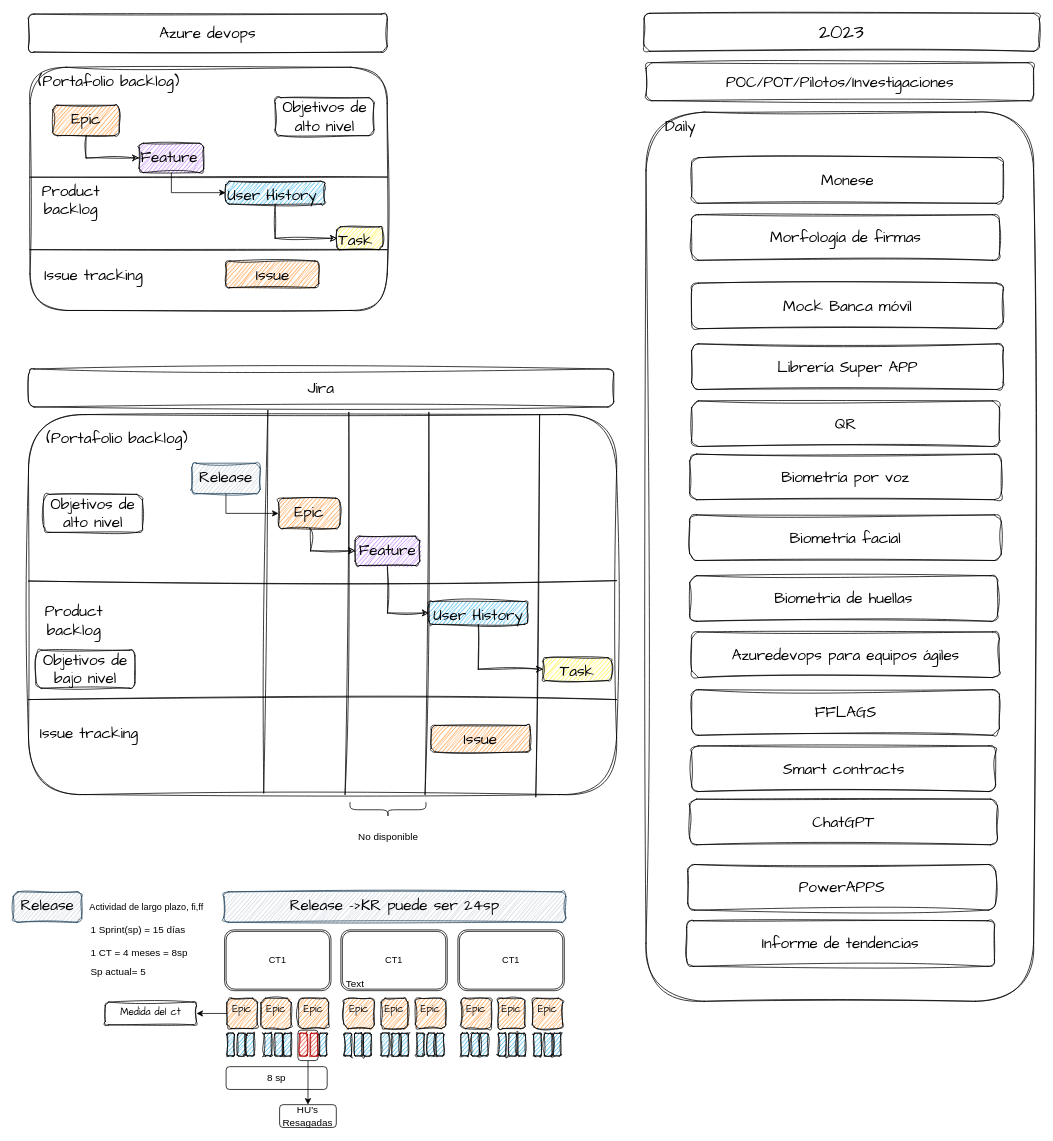
Above: page "POC" (2 of 3) of Custodia iniciativas.drawio in santiagovb/Diagramas (draw.io), before the change. Source tidied: cells renumbered, new cells numbered last; positions are measured from the earlier drawing's top-left corner, leaving out a move shared by most shapes. Both pictures are drawn from the tidied source at 76%, with x=0, y=0 at pixel (13, 13).
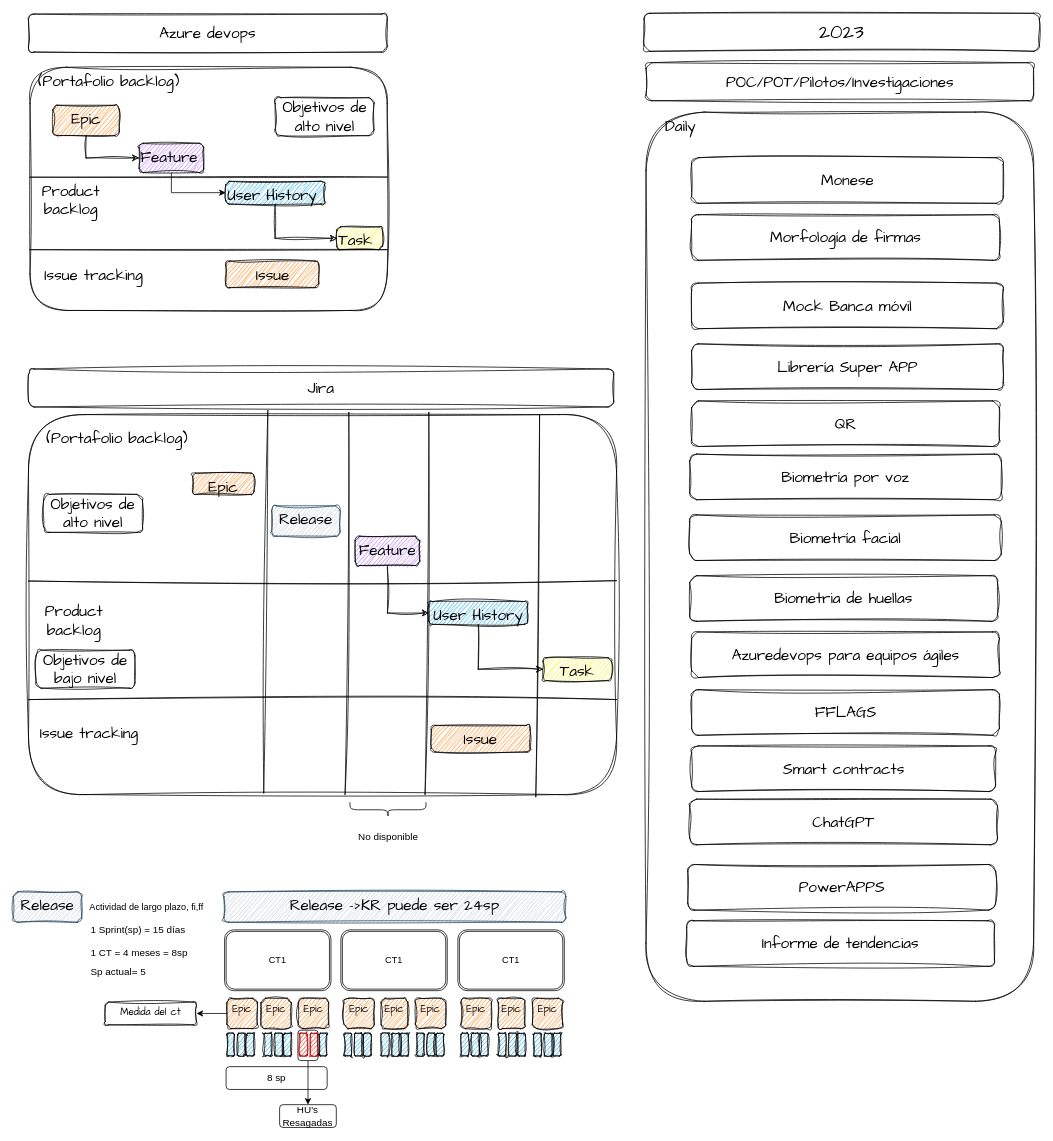
After the change.

Unchanged cells that the change refers to:
```xml
<mxCell id="41" value="Feature" style="rounded=1;whiteSpace=wrap;html=1;sketch=1;hachureGap=4;jiggle=2;curveFitting=1;fontFamily=Architects Daughter;fontSize=20;align=center;verticalAlign=top;fillColor=#b062ff;" parent="1" vertex="1">
  <mxGeometry x="449.8" y="688" width="85" height="38.6" as="geometry" />
</mxCell>
```

What changed in the source:
```diff
@@
-    <mxCell id="38" style="edgeStyle=orthogonalEdgeStyle;rounded=0;sketch=1;hachureGap=4;jiggle=2;curveFitting=1;jettySize=auto;html=1;entryX=0;entryY=0.5;entryDx=0;entryDy=0;fontFamily=Architects Daughter;fontSize=16;exitX=0.5;exitY=1;exitDx=0;exitDy=0;" parent="1" edge="1" source="39" target="41">
-      <mxGeometry relative="1" as="geometry">
-        <Array as="points">
-          <mxPoint x="391" y="707" />
-        </Array>
-      </mxGeometry>
-    </mxCell>
     <mxCell id="39" value="Epic" style="rounded=1;whiteSpace=wrap;html=1;sketch=1;hachureGap=4;jiggle=2;curveFitting=1;fontFamily=Architects Daughter;fontSize=20;align=center;verticalAlign=top;fillColor=#ff7b01;" parent="1" vertex="1">
-      <mxGeometry x="349" y="638" width="80.8" height="40" as="geometry" />
+      <mxGeometry x="236" y="605" width="80.8" height="28" as="geometry" />
     </mxCell>
@@
-    <mxCell id="50" style="edgeStyle=orthogonalEdgeStyle;rounded=0;jettySize=auto;html=1;exitX=0.5;exitY=1;exitDx=0;exitDy=0;entryX=0;entryY=0.5;entryDx=0;entryDy=0;" parent="1" edge="1" source="51" target="39">
-      <mxGeometry relative="1" as="geometry" />
-    </mxCell>
     <mxCell id="51" value="Release" style="rounded=1;whiteSpace=wrap;html=1;sketch=1;hachureGap=4;jiggle=2;curveFitting=1;fontFamily=Architects Daughter;fontSize=20;align=center;verticalAlign=top;fillColor=#bac8d3;strokeColor=#23445d;" parent="1" vertex="1">
-      <mxGeometry x="234.8" y="592" width="90" height="40" as="geometry" />
+      <mxGeometry x="340" y="648" width="90" height="40" as="geometry" />
     </mxCell>
@@
-    <mxCell id="108" value="Text" style="text;html=1;strokeColor=none;fillColor=none;align=center;verticalAlign=middle;whiteSpace=wrap;rounded=0;fontSize=13;" parent="1" vertex="1">
-      <mxGeometry x="420" y="1262" width="60" height="30" as="geometry" />
-    </mxCell>
```
